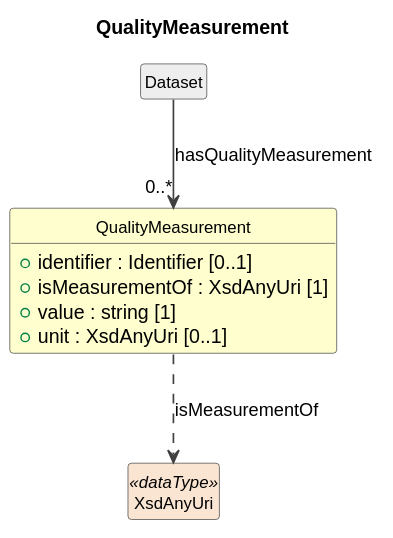
The PlantUML diagram cdif-uml-model/CDIFDataStructure/Classes/QualityMeasurement.svg in Cross-Domain-Interoperability-Framework/metadataBuildingBlocks, before a commit.
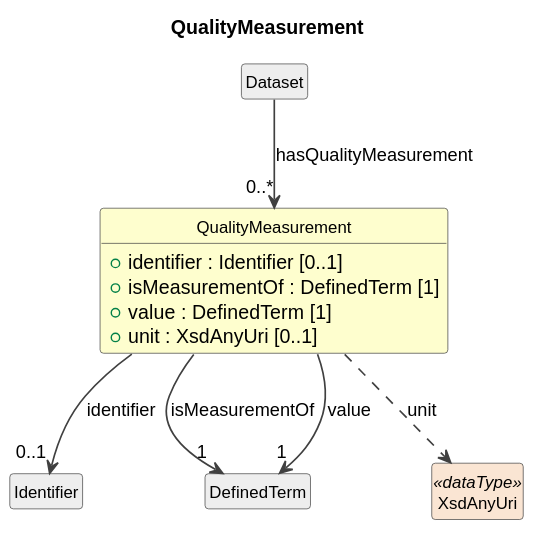
After the change.

The edit, as a diff of the source:
```diff
@@ -12,12 +12,17 @@
 
 class "QualityMeasurement" as QualityMeasurement #FEFECE {
   +identifier : Identifier [0..1]
-  +isMeasurementOf : XsdAnyUri [1]
-  +value : string [1]
+  +isMeasurementOf : DefinedTerm [1]
+  +value : DefinedTerm [1]
   +unit : XsdAnyUri [0..1]
 }
 class "Dataset" as Dataset #EEEEEE
 Dataset --> "0..*" QualityMeasurement : hasQualityMeasurement
+class "Identifier" as Identifier #EEEEEE
+QualityMeasurement --> "0..1" Identifier : identifier
+class "DefinedTerm" as DefinedTerm #EEEEEE
+QualityMeasurement --> "1" DefinedTerm : isMeasurementOf
+QualityMeasurement --> "1" DefinedTerm : value
 class "XsdAnyUri" as XsdAnyUri <<dataType>> #FAE5D3
-QualityMeasurement ..> XsdAnyUri : isMeasurementOf
+QualityMeasurement ..> XsdAnyUri : unit
 @enduml
```
